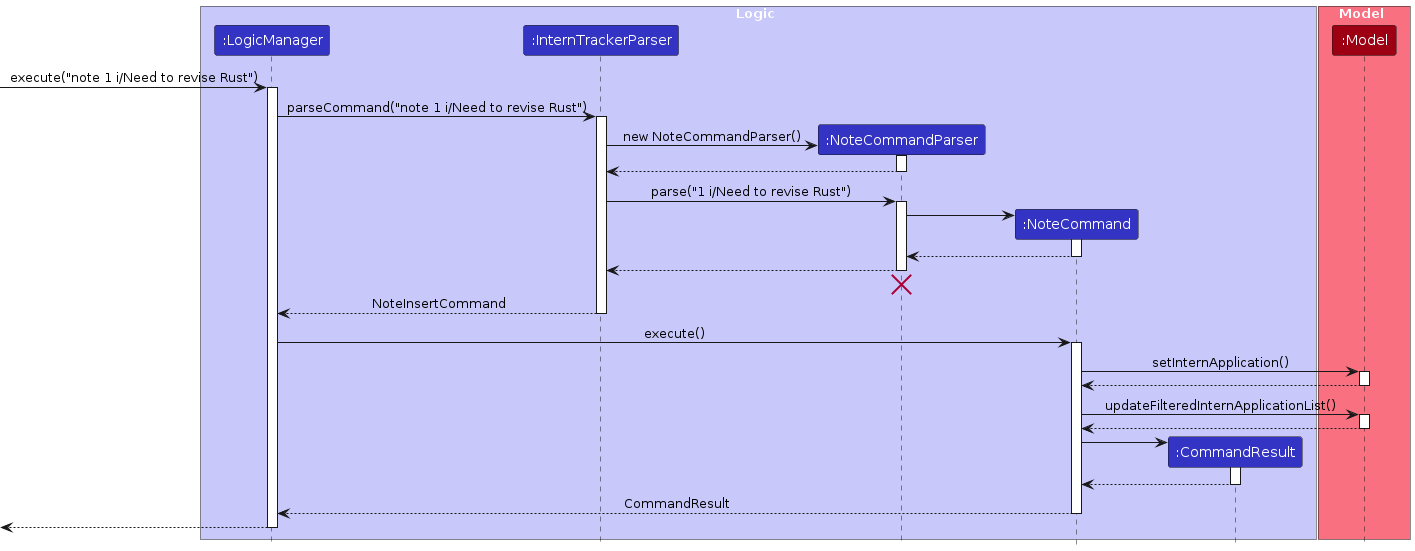
AY2324S1-CS2103T-W17-2/tp keeps this PlantUML diagram as diagrams/NoteInsertCommandSequenceDiagram.png. Above is the earlier version. Its source is kept beside it as diagrams/NoteInsertCommandSequenceDiagram.puml.
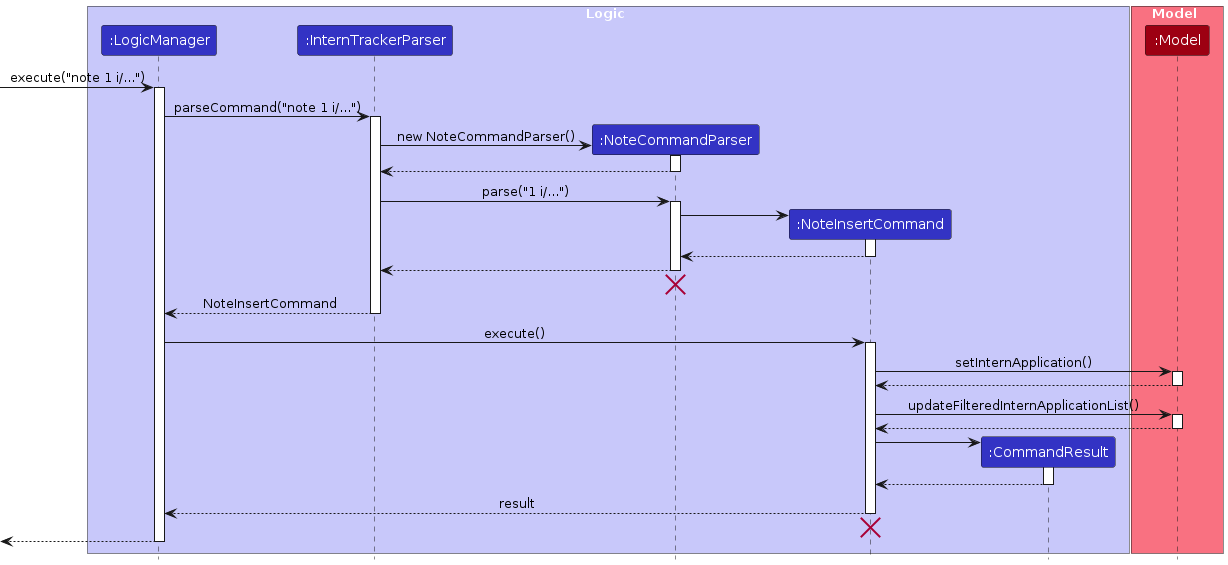
The same diagram one commit later.

Diff of the diagram source:
```diff
@@ -6,7 +6,7 @@
 participant ":LogicManager" as LogicManager LOGIC_COLOR
 participant ":InternTrackerParser" as InternTrackerParser LOGIC_COLOR
 participant ":NoteCommandParser" as NoteCommandParser LOGIC_COLOR
-participant ":NoteCommand" as NoteCommand LOGIC_COLOR
+participant ":NoteInsertCommand" as NoteInsertCommand LOGIC_COLOR
 participant ":CommandResult" as CommandResult LOGIC_COLOR
 end box
 
@@ -14,10 +14,10 @@
 participant ":Model" as Model MODEL_COLOR
 end box
 
-[-> LogicManager : execute("note 1 i/Need to revise Rust")
+[-> LogicManager : execute("note 1 i/...")
 activate LogicManager
 
-LogicManager -> InternTrackerParser : parseCommand("note 1 i/Need to revise Rust")
+LogicManager -> InternTrackerParser : parseCommand("note 1 i/...")
 activate InternTrackerParser
 
 create NoteCommandParser
@@ -27,15 +27,15 @@
 NoteCommandParser --> InternTrackerParser
 deactivate NoteCommandParser
 
-InternTrackerParser -> NoteCommandParser : parse("1 i/Need to revise Rust")
+InternTrackerParser -> NoteCommandParser : parse("1 i/...")
 activate NoteCommandParser
 
-create NoteCommand
-NoteCommandParser -> NoteCommand
-activate NoteCommand
+create NoteInsertCommand
+NoteCommandParser -> NoteInsertCommand
+activate NoteInsertCommand
 
-NoteCommand --> NoteCommandParser :
-deactivate NoteCommand
+NoteInsertCommand --> NoteCommandParser :
+deactivate NoteInsertCommand
 
 NoteCommandParser --> InternTrackerParser :
 deactivate NoteCommandParser
@@ -45,30 +45,32 @@
 InternTrackerParser --> LogicManager : NoteInsertCommand
 deactivate InternTrackerParser
 
-LogicManager -> NoteCommand : execute()
-activate NoteCommand
+LogicManager -> NoteInsertCommand : execute()
+activate NoteInsertCommand
 
-NoteCommand -> Model : setInternApplication()
+NoteInsertCommand -> Model : setInternApplication()
 activate Model
 
-Model --> NoteCommand
+Model --> NoteInsertCommand
 deactivate Model
 
-NoteCommand -> Model : updateFilteredInternApplicationList()
+NoteInsertCommand -> Model : updateFilteredInternApplicationList()
 activate Model
 
-Model --> NoteCommand
+Model --> NoteInsertCommand
 deactivate Model
 
 create CommandResult
-NoteCommand -> CommandResult
+NoteInsertCommand -> CommandResult
 activate CommandResult
 
-CommandResult --> NoteCommand
+CommandResult --> NoteInsertCommand
 deactivate CommandResult
 
-NoteCommand --> LogicManager : CommandResult
-deactivate NoteCommand
+NoteInsertCommand --> LogicManager : result
+deactivate NoteInsertCommand
+NoteInsertCommand -[hidden]-> LogicManager
+destroy NoteInsertCommand
 
 [<--LogicManager
 deactivate LogicManager
```
